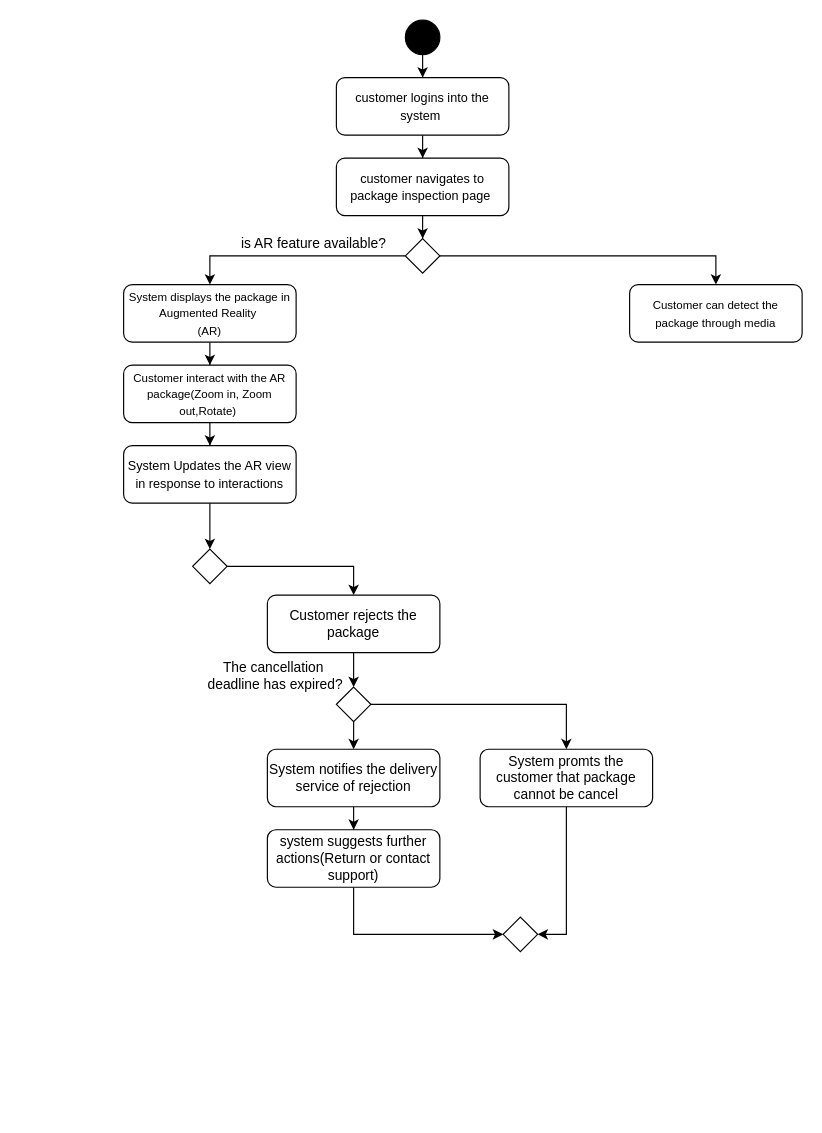
Before: page "Page-3" (3 of 3) of Activity Diagram UC-1.drawio in IamSaqibJaved/Diagrams, a draw.io diagram. Source tidied: cells renumbered, new cells numbered last; positions are measured from the earlier drawing's top-left corner, leaving out a move shared by most shapes. Both pictures are drawn from the tidied source at 115%, with x=0, y=0 at pixel (123, 20).
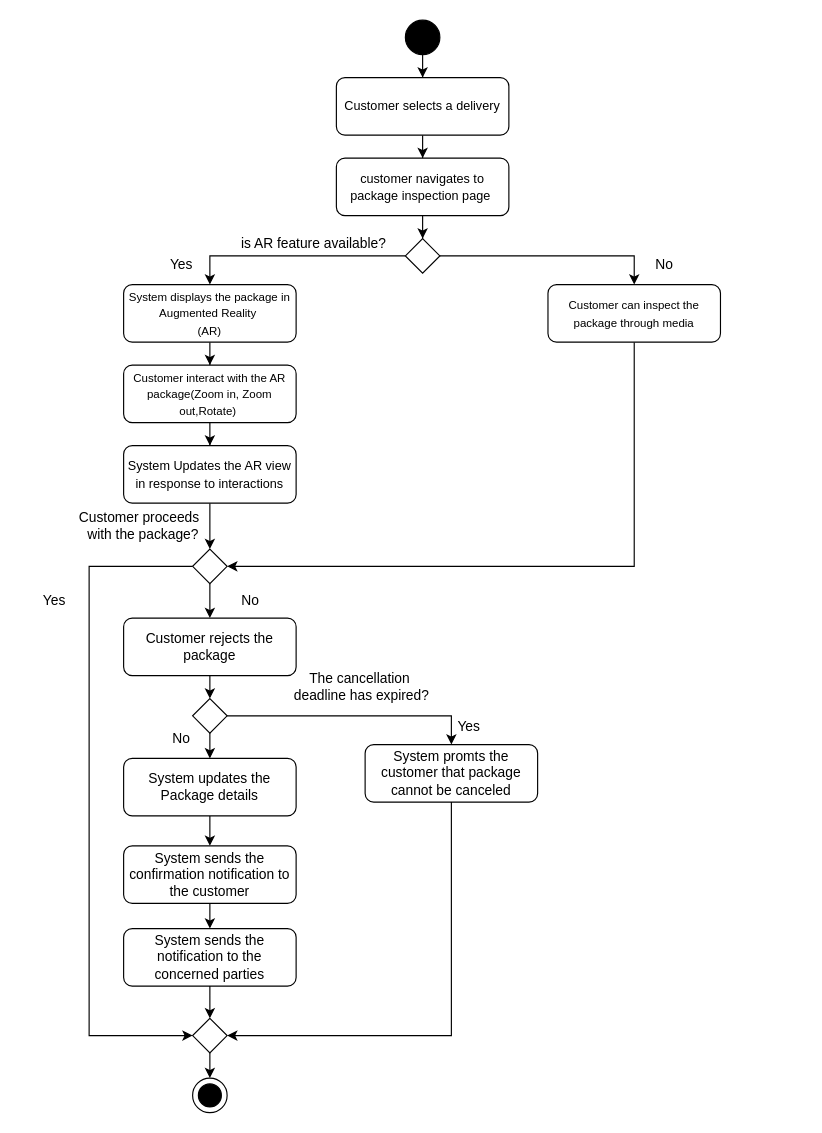
After the change.

Unchanged cells that the change refers to:
```xml
<mxCell id="19" style="rhombus;whiteSpace=wrap;html=1;" parent="1" vertex="1">
  <mxGeometry x="60" y="460" width="30" height="30" as="geometry" />
</mxCell>
```

The edit, as a diff of the source:
```diff
@@
-    <mxCell id="5" value="&lt;font style=&quot;font-size: 11px;&quot;&gt;customer logins into the system&amp;nbsp;&lt;/font&gt;" style="rounded=1;whiteSpace=wrap;html=1;" parent="1" vertex="1">
+    <mxCell id="5" value="&lt;span style=&quot;font-size: 11px;&quot;&gt;Customer selects a delivery&lt;/span&gt;" style="rounded=1;whiteSpace=wrap;html=1;" parent="1" vertex="1">
       <mxGeometry x="185" y="50" width="150" height="50" as="geometry" />
     </mxCell>
@@
-    <mxCell id="18" style="edgeStyle=orthogonalEdgeStyle;rounded=0;jettySize=auto;html=1;entryX=0.5;entryY=0;entryDx=0;entryDy=0;" parent="1" edge="1" source="19" target="21">
+    <mxCell id="18" style="edgeStyle=orthogonalEdgeStyle;rounded=0;jettySize=auto;html=1;exitX=0.5;exitY=1;exitDx=0;exitDy=0;" parent="1" edge="1" source="19" target="21">
       <mxGeometry relative="1" as="geometry" />
     </mxCell>
+    <mxCell id="34" style="edgeStyle=orthogonalEdgeStyle;rounded=0;jettySize=auto;html=1;entryX=0;entryY=0.5;entryDx=0;entryDy=0;" parent="1" edge="1" source="19" target="32">
+      <mxGeometry relative="1" as="geometry">
+        <Array as="points">
+          <mxPoint x="-30" y="475" />
+          <mxPoint x="-30" y="883" />
+        </Array>
+      </mxGeometry>
+    </mxCell>
@@
-    <mxCell id="20" style="edgeStyle=orthogonalEdgeStyle;rounded=0;jettySize=auto;html=1;entryX=0.5;entryY=0;entryDx=0;entryDy=0;" parent="1" edge="1" source="21" target="28">
+    <mxCell id="20" style="edgeStyle=orthogonalEdgeStyle;rounded=0;jettySize=auto;html=1;entryX=0.5;entryY=0;entryDx=0;entryDy=0;exitX=0.5;exitY=1;exitDx=0;exitDy=0;" parent="1" edge="1" source="21" target="28">
       <mxGeometry relative="1" as="geometry" />
     </mxCell>
     <mxCell id="21" value="Customer rejects the package" style="rounded=1;whiteSpace=wrap;html=1;" parent="1" vertex="1">
-      <mxGeometry x="125" y="500" width="150" height="50" as="geometry" />
+      <mxGeometry y="520" width="150" height="50" as="geometry" />
     </mxCell>
@@
-    <mxCell id="23" value="System notifies the delivery service of rejection" style="rounded=1;whiteSpace=wrap;html=1;" parent="1" vertex="1">
-      <mxGeometry x="125" y="634" width="150" height="50" as="geometry" />
+    <mxCell id="23" value="System updates the Package details" style="rounded=1;whiteSpace=wrap;html=1;" parent="1" vertex="1">
+      <mxGeometry y="642" width="150" height="50" as="geometry" />
     </mxCell>
-    <mxCell id="24" style="edgeStyle=orthogonalEdgeStyle;rounded=0;jettySize=auto;html=1;entryX=0;entryY=0.5;entryDx=0;entryDy=0;exitX=0.5;exitY=1;exitDx=0;exitDy=0;" parent="1" edge="1" source="25" target="32">
-      <mxGeometry relative="1" as="geometry" />
-    </mxCell>
+    <mxCell id="35" style="edgeStyle=orthogonalEdgeStyle;rounded=0;jettySize=auto;html=1;" parent="1" edge="1" source="25" target="48">
+      <mxGeometry relative="1" as="geometry" />
+    </mxCell>
-    <mxCell id="25" value="system suggests further actions(Return or contact support)" style="rounded=1;whiteSpace=wrap;html=1;" parent="1" vertex="1">
-      <mxGeometry x="125" y="704" width="150" height="50" as="geometry" />
+    <mxCell id="25" value="System sends the confirmation notification to the customer" style="rounded=1;whiteSpace=wrap;html=1;" parent="1" vertex="1">
+      <mxGeometry y="718" width="150" height="50" as="geometry" />
     </mxCell>
+    <mxCell id="27" style="edgeStyle=orthogonalEdgeStyle;rounded=0;jettySize=auto;html=1;entryX=0.5;entryY=0;entryDx=0;entryDy=0;" parent="1" edge="1" source="28" target="31">
+      <mxGeometry relative="1" as="geometry" />
+    </mxCell>
@@
-    <mxCell id="27" style="edgeStyle=orthogonalEdgeStyle;rounded=0;jettySize=auto;html=1;entryX=0.5;entryY=0;entryDx=0;entryDy=0;" parent="1" edge="1" source="28" target="31">
-      <mxGeometry relative="1" as="geometry" />
-    </mxCell>
     <mxCell id="28" style="rhombus;whiteSpace=wrap;html=1;" parent="1" vertex="1">
-      <mxGeometry x="185" y="580" width="30" height="30" as="geometry" />
+      <mxGeometry x="60" y="590" width="30" height="30" as="geometry" />
     </mxCell>
     <mxCell id="29" value="The cancellation&lt;div&gt;&amp;nbsp;deadline has expired?&lt;/div&gt;" style="text;html=1;align=center;verticalAlign=middle;strokeColor=none;fillColor=none;" parent="1" vertex="1">
-      <mxGeometry x="60" y="550" width="140" height="40" as="geometry" />
+      <mxGeometry x="135" y="560" width="140" height="40" as="geometry" />
     </mxCell>
     <mxCell id="30" style="edgeStyle=orthogonalEdgeStyle;rounded=0;jettySize=auto;html=1;entryX=1;entryY=0.5;entryDx=0;entryDy=0;" parent="1" edge="1" source="31" target="32">
-      <mxGeometry relative="1" as="geometry" />
+      <mxGeometry relative="1" as="geometry">
+        <Array as="points">
+          <mxPoint x="285" y="883" />
+        </Array>
+      </mxGeometry>
     </mxCell>
-    <mxCell id="31" value="System promts the customer that package cannot be cancel" style="rounded=1;whiteSpace=wrap;html=1;" parent="1" vertex="1">
-      <mxGeometry x="310" y="634" width="150" height="50" as="geometry" />
+    <mxCell id="31" value="System promts the customer that package cannot be canceled" style="rounded=1;whiteSpace=wrap;html=1;" parent="1" vertex="1">
+      <mxGeometry x="210" y="630" width="150" height="50" as="geometry" />
     </mxCell>
+    <mxCell id="36" style="edgeStyle=orthogonalEdgeStyle;rounded=0;jettySize=auto;html=1;" parent="1" edge="1" source="32" target="41">
+      <mxGeometry relative="1" as="geometry" />
+    </mxCell>
     <mxCell id="32" style="rhombus;whiteSpace=wrap;html=1;" parent="1" vertex="1">
-      <mxGeometry x="330" y="780" width="30" height="30" as="geometry" />
+      <mxGeometry x="60" y="868" width="30" height="30" as="geometry" />
     </mxCell>
+    <mxCell id="37" style="edgeStyle=orthogonalEdgeStyle;rounded=0;jettySize=auto;html=1;entryX=1;entryY=0.5;entryDx=0;entryDy=0;" parent="1" edge="1" source="33" target="19">
+      <mxGeometry relative="1" as="geometry">
+        <Array as="points">
+          <mxPoint x="444" y="475" />
+        </Array>
+      </mxGeometry>
+    </mxCell>
-    <mxCell id="33" value="&lt;span style=&quot;font-size: 10px;&quot;&gt;Customer can detect the package through media&lt;/span&gt;" style="rounded=1;whiteSpace=wrap;html=1;align=center;" parent="1" vertex="1">
-      <mxGeometry x="440" y="230" width="150" height="50" as="geometry" />
+    <mxCell id="33" value="&lt;span style=&quot;font-size: 10px;&quot;&gt;Customer can inspect the package through media&lt;/span&gt;" style="rounded=1;whiteSpace=wrap;html=1;align=center;" parent="1" vertex="1">
+      <mxGeometry x="369" y="230" width="150" height="50" as="geometry" />
     </mxCell>
+    <mxCell id="38" value="Customer proceeds&amp;nbsp;&lt;br&gt;&amp;nbsp;with the package?" style="text;html=1;align=center;verticalAlign=middle;strokeColor=none;fillColor=none;" parent="1" vertex="1">
+      <mxGeometry x="-50" y="420" width="130" height="40" as="geometry" />
+    </mxCell>
+    <mxCell id="39" value="Yes" style="text;html=1;align=center;verticalAlign=middle;whiteSpace=wrap;rounded=0;" parent="1" vertex="1">
+      <mxGeometry x="-90" y="490" width="60" height="30" as="geometry" />
+    </mxCell>
+    <mxCell id="40" value="No" style="text;html=1;align=center;verticalAlign=middle;strokeColor=none;fillColor=none;" parent="1" vertex="1">
+      <mxGeometry x="90" y="490" width="40" height="30" as="geometry" />
+    </mxCell>
+    <mxCell id="41" style="ellipse;whiteSpace=wrap;html=1;" parent="1" vertex="1">
+      <mxGeometry x="60" y="920" width="30" height="30" as="geometry" />
+    </mxCell>
+    <mxCell id="42" style="ellipse;whiteSpace=wrap;html=1;fillColor=#000000;" parent="1" vertex="1">
+      <mxGeometry x="65" y="925" width="20" height="20" as="geometry" />
+    </mxCell>
+    <mxCell id="43" value="No" style="text;html=1;align=center;verticalAlign=middle;strokeColor=none;fillColor=none;" parent="1" vertex="1">
+      <mxGeometry x="30" y="610" width="40" height="30" as="geometry" />
+    </mxCell>
+    <mxCell id="44" value="Yes" style="text;html=1;align=center;verticalAlign=middle;strokeColor=none;fillColor=none;" parent="1" vertex="1">
+      <mxGeometry x="280" y="600" width="40" height="30" as="geometry" />
+    </mxCell>
+    <mxCell id="45" value="Yes" style="text;html=1;align=center;verticalAlign=middle;strokeColor=none;fillColor=none;" parent="1" vertex="1">
+      <mxGeometry x="30" y="198" width="40" height="30" as="geometry" />
+    </mxCell>
+    <mxCell id="46" value="No" style="text;html=1;align=center;verticalAlign=middle;strokeColor=none;fillColor=none;" parent="1" vertex="1">
+      <mxGeometry x="450" y="198" width="40" height="30" as="geometry" />
+    </mxCell>
+    <mxCell id="47" style="edgeStyle=orthogonalEdgeStyle;rounded=0;jettySize=auto;html=1;entryX=0.5;entryY=0;entryDx=0;entryDy=0;" parent="1" edge="1" source="48" target="32">
+      <mxGeometry relative="1" as="geometry" />
+    </mxCell>
+    <mxCell id="48" value="System sends the notification to the concerned parties" style="rounded=1;whiteSpace=wrap;html=1;" parent="1" vertex="1">
+      <mxGeometry y="790" width="150" height="50" as="geometry" />
+    </mxCell>
```
